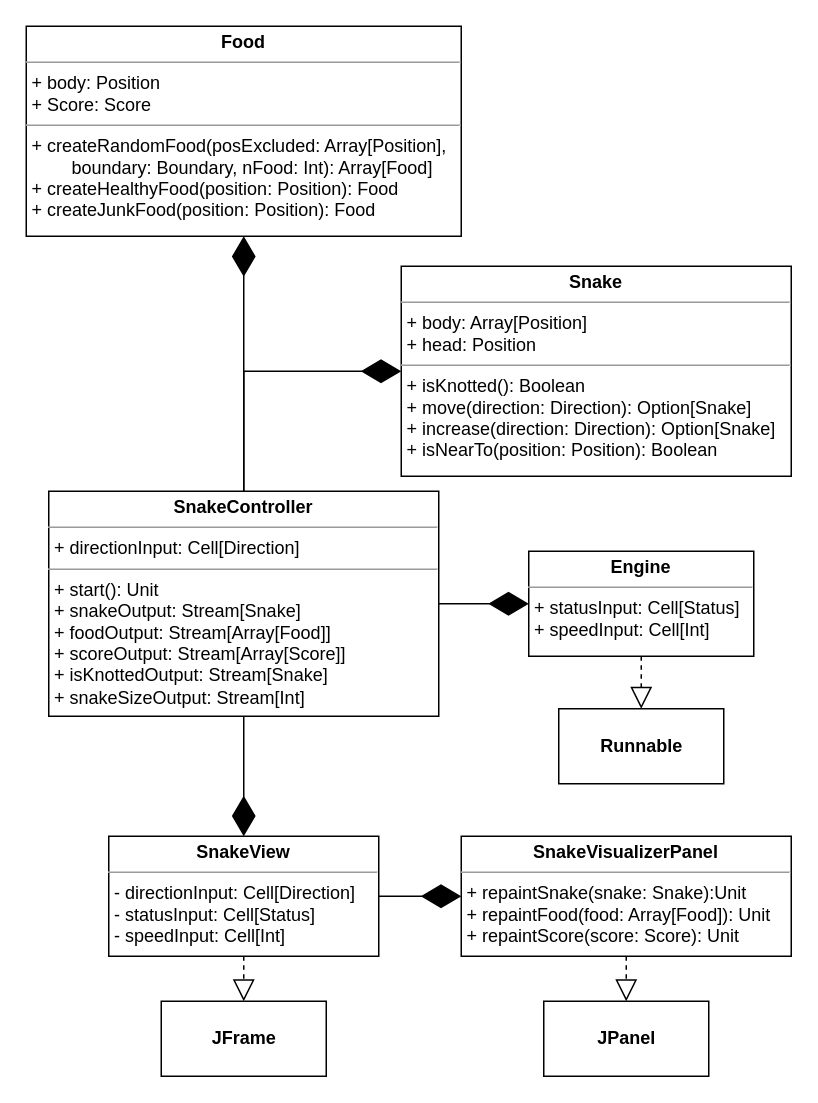
This is page "Page-6" (6 of 7) of doc/frp-scala.drawio from paganellif/pps-project-paganelli-2122, a draw.io file, before an edit. Source tidied: cells renumbered, new cells numbered last; positions are measured from the earlier drawing's top-left corner, leaving out a move shared by most shapes. Both pictures are drawn from the tidied source at 150%, with x=0, y=0 at pixel (26, 26).
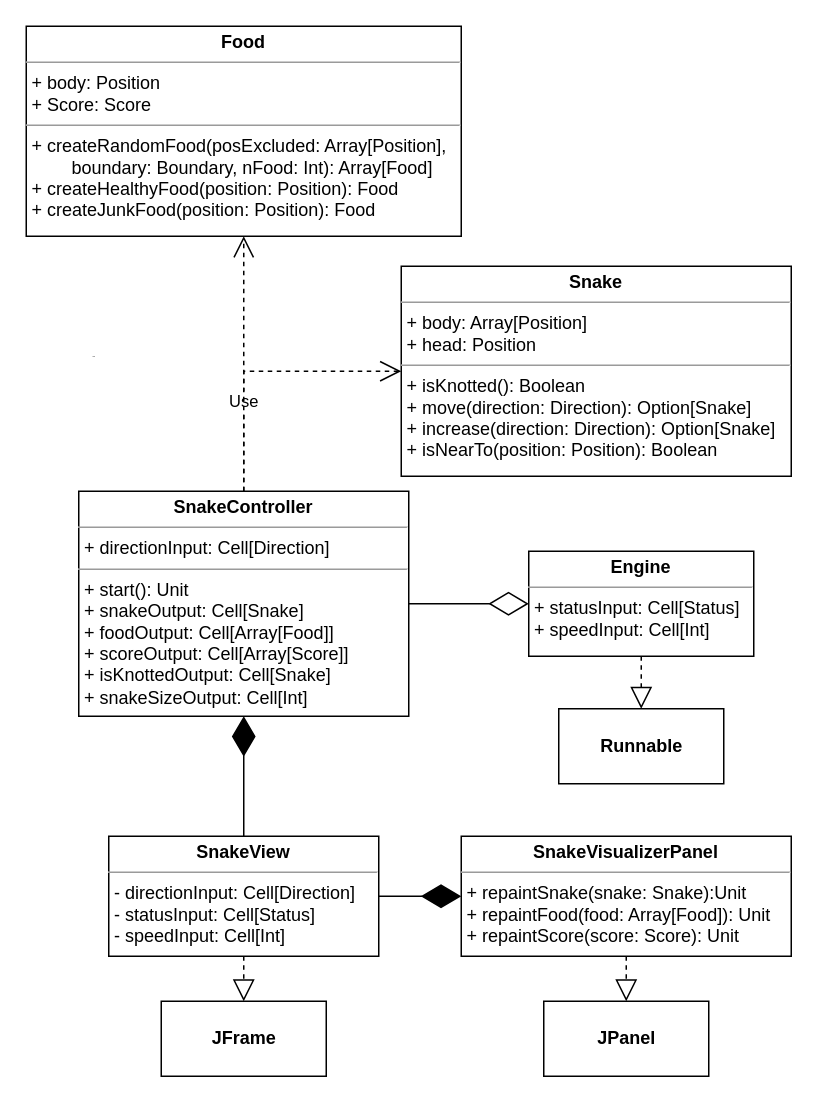
After the change.

Unchanged cells that the change refers to:
```xml
<mxCell id="2" value="&lt;p style=&quot;margin: 0px ; margin-top: 4px ; text-align: center&quot;&gt;&lt;b&gt;Snake&lt;/b&gt;&lt;/p&gt;&lt;hr size=&quot;1&quot;&gt;&lt;p style=&quot;margin: 0px ; margin-left: 4px&quot;&gt;+ body: Array[Position]&lt;/p&gt;&lt;p style=&quot;margin: 0px ; margin-left: 4px&quot;&gt;+ head: Position&lt;/p&gt;&lt;hr size=&quot;1&quot;&gt;&lt;p style=&quot;margin: 0px ; margin-left: 4px&quot;&gt;+ isKnotted(): Boolean&lt;/p&gt;&lt;p style=&quot;margin: 0px ; margin-left: 4px&quot;&gt;+ move(direction: Direction): Option[Snake]&lt;/p&gt;&lt;p style=&quot;margin: 0px ; margin-left: 4px&quot;&gt;+ increase(direction: Direction): Option[Snake]&lt;br&gt;&lt;/p&gt;&lt;p style=&quot;margin: 0px ; margin-left: 4px&quot;&gt;+ isNearTo(position: Position): Boolean&lt;/p&gt;" style="verticalAlign=top;align=left;overflow=fill;fontSize=12;fontFamily=Helvetica;html=1;" parent="1" vertex="1">
  <mxGeometry x="250" y="160" width="260" height="140" as="geometry" />
</mxCell>
<mxCell id="3" value="&lt;p style=&quot;margin: 0px ; margin-top: 4px ; text-align: center&quot;&gt;&lt;b&gt;Food&lt;/b&gt;&lt;/p&gt;&lt;hr size=&quot;1&quot;&gt;&lt;p style=&quot;margin: 0px ; margin-left: 4px&quot;&gt;+ body: Position&lt;/p&gt;&lt;p style=&quot;margin: 0px ; margin-left: 4px&quot;&gt;+ Score: Score&lt;/p&gt;&lt;hr size=&quot;1&quot;&gt;&lt;p style=&quot;margin: 0px ; margin-left: 4px&quot;&gt;+ createRandomFood(posExcluded: Array[Position],&amp;nbsp;&lt;/p&gt;&lt;p style=&quot;margin: 0px ; margin-left: 4px&quot;&gt;&lt;span style=&quot;white-space: pre&quot;&gt;&#9;&lt;/span&gt;boundary: Boundary, nFood: Int): Array[Food]&lt;/p&gt;&lt;p style=&quot;margin: 0px ; margin-left: 4px&quot;&gt;+ createHealthyFood(position: Position): Food&lt;/p&gt;&lt;p style=&quot;margin: 0px ; margin-left: 4px&quot;&gt;+ createJunkFood(position: Position): Food&lt;/p&gt;" style="verticalAlign=top;align=left;overflow=fill;fontSize=12;fontFamily=Helvetica;html=1;" parent="1" vertex="1">
  <mxGeometry width="290" height="140" as="geometry" />
</mxCell>
<mxCell id="5" value="&lt;p style=&quot;margin: 0px ; margin-top: 4px ; text-align: center&quot;&gt;&lt;b&gt;Engine&lt;/b&gt;&lt;/p&gt;&lt;hr size=&quot;1&quot;&gt;&lt;p style=&quot;margin: 0px ; margin-left: 4px&quot;&gt;+ statusInput: Cell[Status]&lt;br&gt;&lt;/p&gt;&lt;p style=&quot;margin: 0px ; margin-left: 4px&quot;&gt;+ speedInput: Cell[Int]&lt;/p&gt;&lt;p style=&quot;margin: 0px ; margin-left: 4px&quot;&gt;&lt;br&gt;&lt;/p&gt;" style="verticalAlign=top;align=left;overflow=fill;fontSize=12;fontFamily=Helvetica;html=1;" parent="1" vertex="1">
  <mxGeometry x="335" y="350" width="150" height="70" as="geometry" />
</mxCell>
<mxCell id="8" value="&lt;p style=&quot;margin: 0px ; margin-top: 4px ; text-align: center&quot;&gt;&lt;b&gt;SnakeView&lt;/b&gt;&lt;/p&gt;&lt;hr size=&quot;1&quot;&gt;&lt;p style=&quot;margin: 0px ; margin-left: 4px&quot;&gt;- directionInput: Cell[Direction]&lt;/p&gt;&lt;p style=&quot;margin: 0px ; margin-left: 4px&quot;&gt;- statusInput: Cell[Status]&lt;br&gt;&lt;/p&gt;&lt;p style=&quot;margin: 0px ; margin-left: 4px&quot;&gt;- speedInput: Cell[Int]&lt;/p&gt;&lt;p style=&quot;margin: 0px ; margin-left: 4px&quot;&gt;&lt;br&gt;&lt;/p&gt;" style="verticalAlign=top;align=left;overflow=fill;fontSize=12;fontFamily=Helvetica;html=1;" parent="1" vertex="1">
  <mxGeometry x="55" y="540" width="180" height="80" as="geometry" />
</mxCell>
```

Change to the diagram source:
```diff
@@
-    <mxCell id="4" value="&lt;p style=&quot;margin: 0px ; margin-top: 4px ; text-align: center&quot;&gt;&lt;b&gt;SnakeController&lt;/b&gt;&lt;/p&gt;&lt;hr size=&quot;1&quot;&gt;&lt;p style=&quot;margin: 0px ; margin-left: 4px&quot;&gt;+ directionInput: Cell[Direction]&lt;br&gt;&lt;/p&gt;&lt;hr size=&quot;1&quot;&gt;&lt;p style=&quot;margin: 0px 0px 0px 4px&quot;&gt;+ start(): Unit&lt;/p&gt;&lt;p style=&quot;margin: 0px 0px 0px 4px&quot;&gt;+ snakeOutput: Stream[Snake]&lt;/p&gt;&lt;p style=&quot;margin: 0px 0px 0px 4px&quot;&gt;+ foodOutput: Stream[Array[Food]]&lt;/p&gt;&lt;p style=&quot;margin: 0px 0px 0px 4px&quot;&gt;+ scoreOutput: Stream[Array[Score]]&lt;/p&gt;&lt;p style=&quot;margin: 0px 0px 0px 4px&quot;&gt;+ isKnottedOutput: Stream[Snake]&lt;br&gt;&lt;/p&gt;&lt;p style=&quot;margin: 0px 0px 0px 4px&quot;&gt;+ snakeSizeOutput: Stream[Int]&lt;/p&gt;" style="verticalAlign=top;align=left;overflow=fill;fontSize=12;fontFamily=Helvetica;html=1;" parent="1" vertex="1">
-      <mxGeometry x="15" y="310" width="260" height="150" as="geometry" />
+    <mxCell id="4" value="&lt;p style=&quot;margin: 0px ; margin-top: 4px ; text-align: center&quot;&gt;&lt;b&gt;SnakeController&lt;/b&gt;&lt;/p&gt;&lt;hr size=&quot;1&quot;&gt;&lt;p style=&quot;margin: 0px ; margin-left: 4px&quot;&gt;+ directionInput: Cell[Direction]&lt;br&gt;&lt;/p&gt;&lt;hr size=&quot;1&quot;&gt;&lt;p style=&quot;margin: 0px 0px 0px 4px&quot;&gt;+ start(): Unit&lt;/p&gt;&lt;p style=&quot;margin: 0px 0px 0px 4px&quot;&gt;+ snakeOutput: Cell[Snake]&lt;/p&gt;&lt;p style=&quot;margin: 0px 0px 0px 4px&quot;&gt;+ foodOutput: Cell[Array[Food]]&lt;/p&gt;&lt;p style=&quot;margin: 0px 0px 0px 4px&quot;&gt;+ scoreOutput: Cell[Array[Score]]&lt;/p&gt;&lt;p style=&quot;margin: 0px 0px 0px 4px&quot;&gt;+ isKnottedOutput: Cell[Snake]&lt;br&gt;&lt;/p&gt;&lt;p style=&quot;margin: 0px 0px 0px 4px&quot;&gt;+ snakeSizeOutput: Cell[Int]&lt;/p&gt;" style="verticalAlign=top;align=left;overflow=fill;fontSize=12;fontFamily=Helvetica;html=1;" parent="1" vertex="1">
+      <mxGeometry x="35" y="310" width="220" height="150" as="geometry" />
     </mxCell>
@@
-    <mxCell id="14" style="endArrow=diamondThin;endFill=1;endSize=24;html=1;rounded=0;exitX=1;exitY=0.5;exitDx=0;exitDy=0;entryX=0;entryY=0.5;entryDx=0;entryDy=0;" parent="1" edge="1" source="4" target="5">
+    <mxCell id="14" style="endArrow=diamondThin;endFill=0;endSize=24;html=1;rounded=0;exitX=1;exitY=0.5;exitDx=0;exitDy=0;entryX=0;entryY=0.5;entryDx=0;entryDy=0;" parent="1" edge="1" source="4" target="5">
       <mxGeometry relative="1" as="geometry" />
     </mxCell>
-    <mxCell id="15" style="endArrow=diamondThin;endFill=1;endSize=24;html=1;rounded=0;exitX=0.5;exitY=1;exitDx=0;exitDy=0;entryX=0.5;entryY=0;entryDx=0;entryDy=0;" parent="1" edge="1" source="4" target="8">
+    <mxCell id="15" style="endArrow=diamondThin;endFill=1;endSize=24;html=1;rounded=0;exitX=0.5;exitY=0;exitDx=0;exitDy=0;entryX=0.5;entryY=1;entryDx=0;entryDy=0;" parent="1" edge="1" source="8" target="4">
       <mxGeometry relative="1" as="geometry" />
     </mxCell>
@@
-    <mxCell id="17" style="endArrow=diamondThin;endFill=1;endSize=24;html=1;rounded=0;exitX=0.5;exitY=0;exitDx=0;exitDy=0;entryX=0.5;entryY=1;entryDx=0;entryDy=0;" parent="1" edge="1" source="4" target="3">
-      <mxGeometry relative="1" as="geometry" />
+    <mxCell id="17" value="Use" style="endArrow=open;endSize=12;dashed=1;html=1;rounded=0;strokeColor=#000000;strokeWidth=1;jumpSize=5;entryX=0.5;entryY=1;entryDx=0;entryDy=0;exitX=0.5;exitY=0;exitDx=0;exitDy=0;" parent="1" edge="1" source="4" target="3">
+      <mxGeometry x="-0.29" relative="1" as="geometry" />
     </mxCell>
-    <mxCell id="18" style="endArrow=diamondThin;endFill=1;endSize=24;html=1;rounded=0;exitX=0.5;exitY=0;exitDx=0;exitDy=0;entryX=0;entryY=0.5;entryDx=0;entryDy=0;" parent="1" edge="1" source="4" target="2">
-      <mxGeometry relative="1" as="geometry">
+    <mxCell id="18" value="Use" style="endArrow=open;endSize=12;dashed=1;rounded=0;strokeColor=#000000;strokeWidth=1;jumpSize=5;entryX=0;entryY=0.5;entryDx=0;entryDy=0;exitX=0.5;exitY=0;exitDx=0;exitDy=0;html=1;fontSize=1;" parent="1" edge="1" source="4" target="2">
+      <mxGeometry x="-0.14" y="100" relative="1" as="geometry">
         <Array as="points">
           <mxPoint x="145" y="230" />
         </Array>
+        <mxPoint x="-100" y="90" as="offset" />
       </mxGeometry>
     </mxCell>
```
